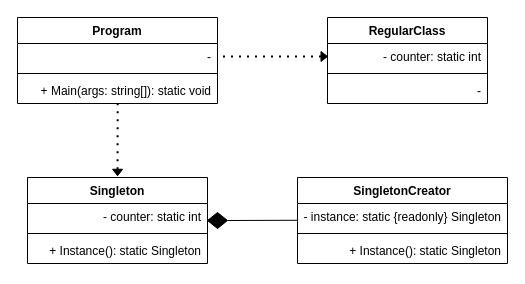
This is oop/Practic3/UML - Диаграмма/Pattern3.drawio from Nef0o0r/Sem3-OOPcs-ElectronicVerilog, a draw.io file, before an edit. Source tidied: cells renumbered, new cells numbered last; positions are measured from the earlier drawing's top-left corner, leaving out a move shared by most shapes. Both pictures are drawn from the tidied source at 100%, with x=0, y=0 at pixel (17, 17).
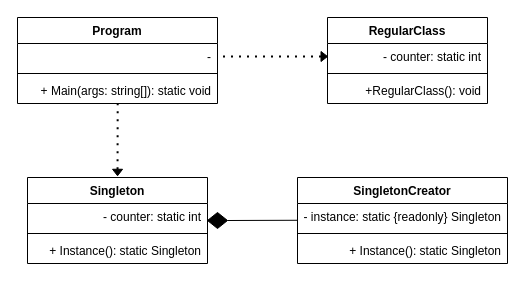
After the change.

The change refers to these unchanged cells:
```xml
<mxCell id="10" value="RegularClass" style="swimlane;fontStyle=1;align=center;verticalAlign=top;horizontal=1;startSize=26;whiteSpace=wrap;html=1;" parent="1" vertex="1">
  <mxGeometry x="310" width="160" height="86" as="geometry" />
</mxCell>
```

The edit, as a diff of the source:
```diff
@@
-    <mxCell id="13" value="-" style="text;strokeColor=none;fillColor=none;align=right;verticalAlign=top;spacingLeft=4;spacingRight=4;overflow=hidden;whiteSpace=wrap;html=1;" parent="10" vertex="1">
+    <mxCell id="13" value="+RegularClass(): void" style="text;strokeColor=none;fillColor=none;align=right;verticalAlign=top;spacingLeft=4;spacingRight=4;overflow=hidden;whiteSpace=wrap;html=1;" parent="10" vertex="1">
       <mxGeometry y="60" width="160" height="26" as="geometry" />
     </mxCell>
```
